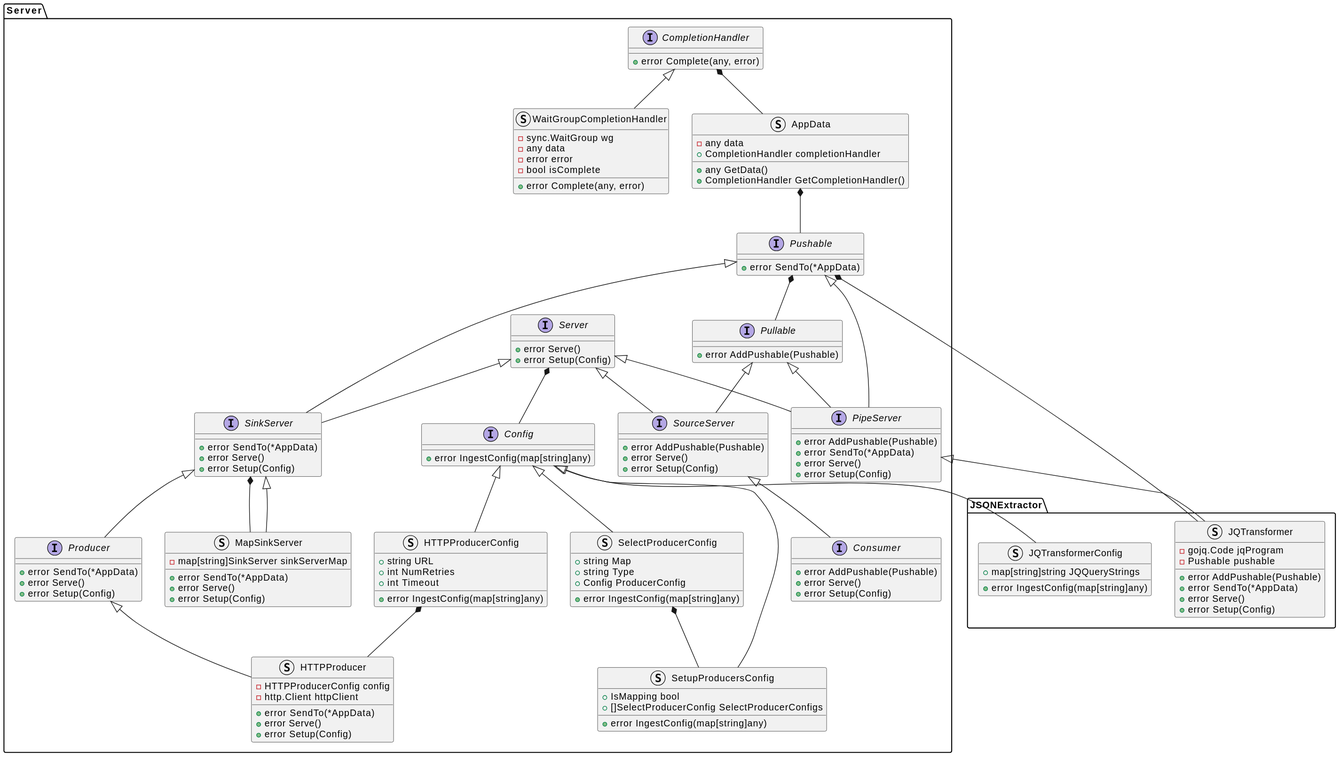
This is docs/design_notes/DN1_JSON_Extractor/class_diagram.svg from xtuml/otel2pv, a PlantUML export, as it was before one commit.
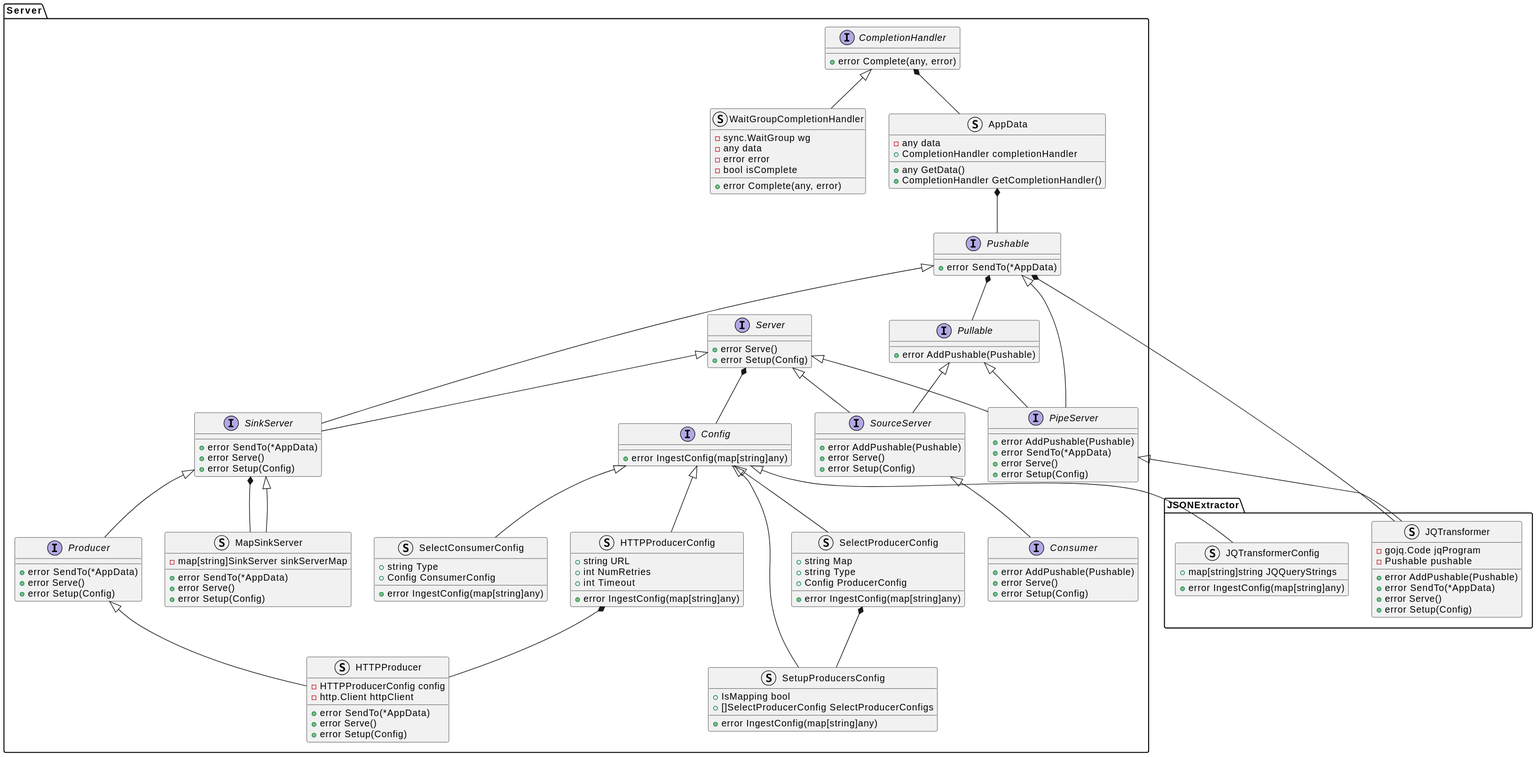
The same diagram one commit later.

Commit message:
Cdsopv 84 create config for select consumer (#43)

Change to the diagram source:
```diff
@@ -99,6 +99,11 @@
         +[]SelectProducerConfig SelectProducerConfigs
         +error IngestConfig(map[string]any)
     }
+    struct SelectConsumerConfig {
+        +string Type
+        +Config ConsumerConfig
+        +error IngestConfig(map[string]any)
+    }
 }
 Server.CompletionHandler <|-- Server.WaitGroupCompletionHandler
 Server.CompletionHandler *-- Server.AppData
@@ -126,6 +131,7 @@
 Server.Config <|-- Server.HTTPProducerConfig
 Server.Config <|-- Server.SelectProducerConfig
 Server.Config <|-- Server.SetupProducersConfig
+Server.Config <|-- Server.SelectConsumerConfig
 Server.SelectProducerConfig *-- Server.SetupProducersConfig
 Server.Producer <|-- Server.HTTPProducer
 Server.HTTPProducerConfig *-- Server.HTTPProducer
```
